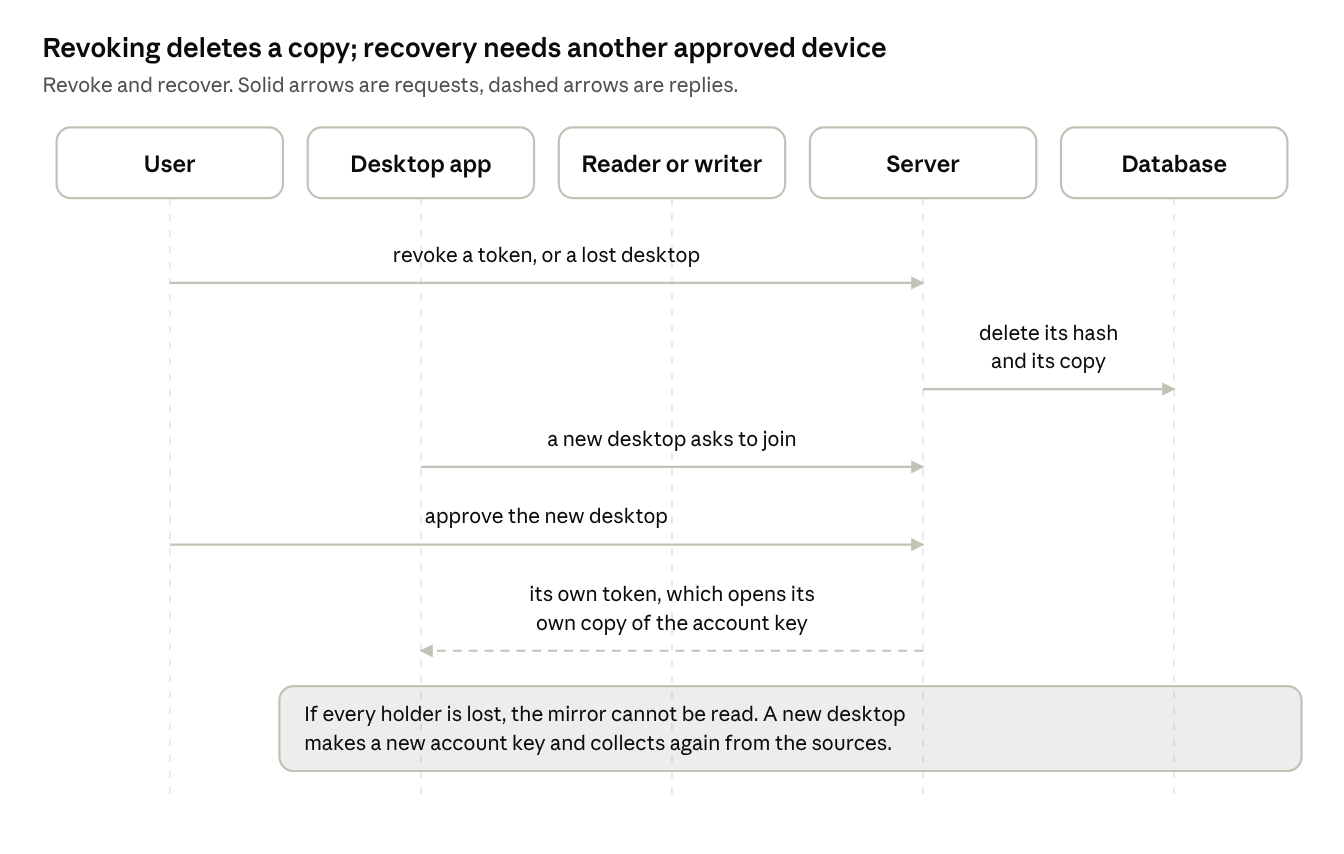
Earlier version of the Mermaid export figures/revoke-and-recover-4-parties.png (ajs-consult-llc/mirror-encryption-rfc). Its source is kept beside it as diagrams/revoke-and-recover-4-parties.mmd.
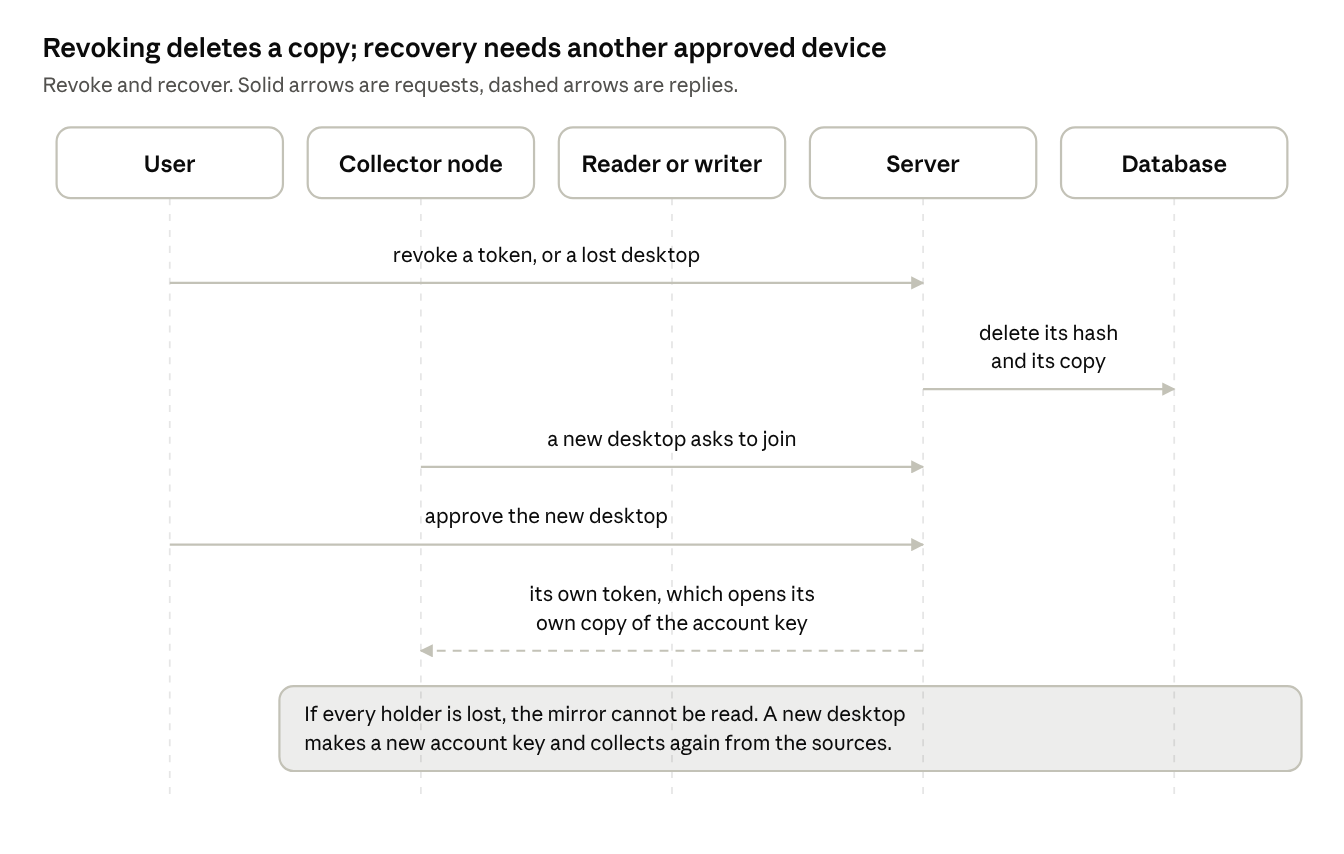
After the commit.

What changed in the source:
```diff
@@ -2,7 +2,7 @@
   accTitle: Revoking deletes a copy, and recovery needs another approved device
   accDescr: Revoke and recover. The user revokes a token, or a lost desktop, and the server deletes its hash and its copy in the database. A new desktop asks the server to join, the user approves the new desktop, and the server gives the new desktop its own token, which opens its own copy of the account key. If every holder is lost, the mirror cannot be read, and a new desktop makes a new account key and collects again from the sources.
   participant U as User
-  participant D as Desktop app
+  participant D as Collector node
   participant S as Server
   participant DB as Database
   U->>S: revoke a token, or a lost desktop
```
